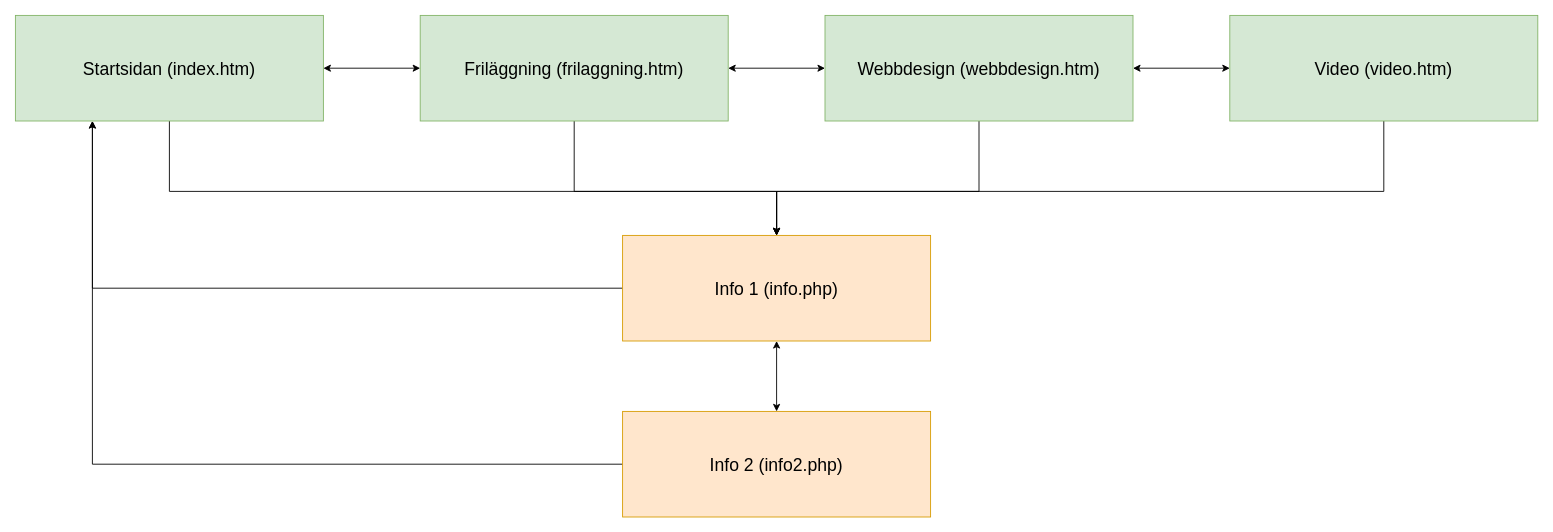
Before: webbutveckling/DigitalBildbehandling/moment3/sitemap.drawio in EliasEriksson/miun, a draw.io diagram. Source tidied: cells renumbered, new cells numbered last; positions are measured from the earlier drawing's top-left corner, leaving out a move shared by most shapes. Both pictures are drawn from the tidied source at 88%, with x=0, y=0 at pixel (15, 15).
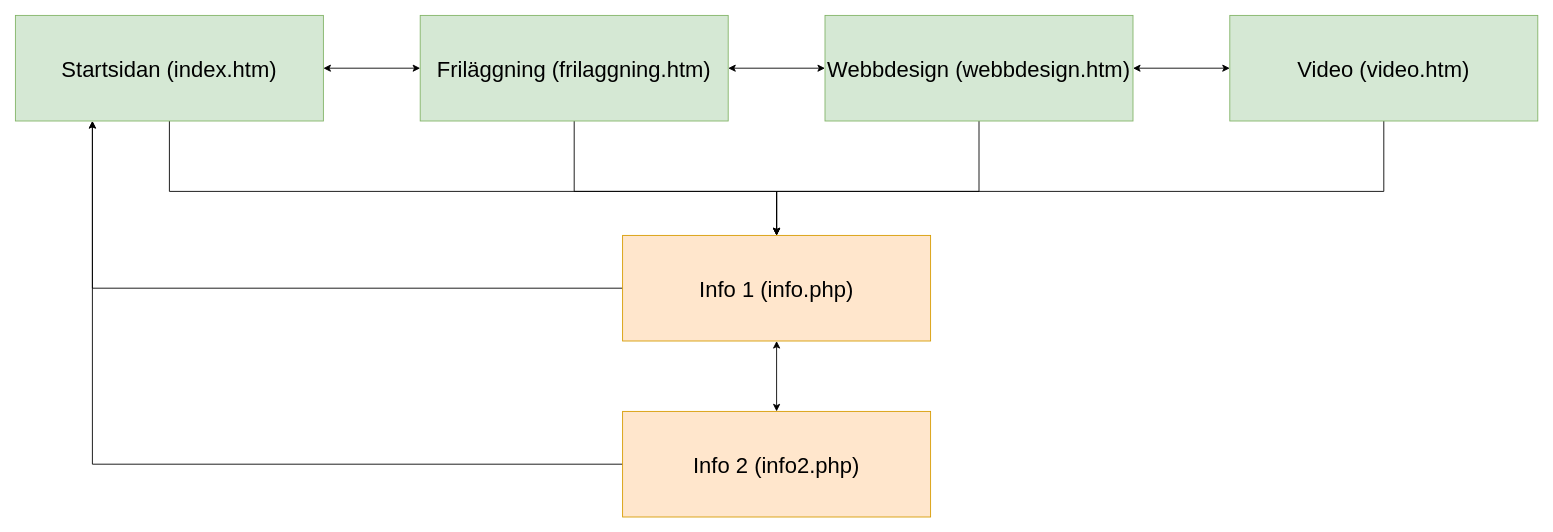
The same diagram, later.

Change to the diagram source:
```diff
@@
-    <mxCell id="3" value="&lt;font style=&quot;font-size: 20px&quot;&gt;Startsidan (index.htm)&lt;/font&gt;" style="rounded=0;whiteSpace=wrap;html=1;fillColor=#d5e8d4;strokeColor=#82b366;" parent="1" vertex="1">
+    <mxCell id="3" value="&lt;font style=&quot;font-size: 25px&quot;&gt;Startsidan (index.htm)&lt;/font&gt;" style="rounded=0;whiteSpace=wrap;html=1;fillColor=#d5e8d4;strokeColor=#82b366;" parent="1" vertex="1">
       <mxGeometry width="350" height="120" as="geometry" />
     </mxCell>
@@
-    <mxCell id="5" value="&lt;font style=&quot;font-size: 20px&quot;&gt;Video (video.htm)&lt;/font&gt;" style="rounded=0;whiteSpace=wrap;html=1;fillColor=#d5e8d4;strokeColor=#82b366;" parent="1" vertex="1">
+    <mxCell id="5" value="&lt;font style=&quot;font-size: 25px&quot;&gt;Video (video.htm)&lt;/font&gt;" style="rounded=0;whiteSpace=wrap;html=1;fillColor=#d5e8d4;strokeColor=#82b366;" parent="1" vertex="1">
       <mxGeometry x="1380" width="350" height="120" as="geometry" />
     </mxCell>
@@
-    <mxCell id="7" value="&lt;font style=&quot;font-size: 20px&quot;&gt;Friläggning (frilaggning.htm)&lt;/font&gt;" style="rounded=0;whiteSpace=wrap;html=1;fillColor=#d5e8d4;strokeColor=#82b366;" parent="1" vertex="1">
+    <mxCell id="7" value="&lt;font style=&quot;font-size: 25px&quot;&gt;Friläggning (frilaggning.htm)&lt;/font&gt;" style="rounded=0;whiteSpace=wrap;html=1;fillColor=#d5e8d4;strokeColor=#82b366;" parent="1" vertex="1">
       <mxGeometry x="460" width="350" height="120" as="geometry" />
     </mxCell>
@@
-    <mxCell id="9" value="&lt;font style=&quot;font-size: 20px&quot;&gt;Webbdesign (webbdesign.htm)&lt;/font&gt;" style="rounded=0;whiteSpace=wrap;html=1;fillColor=#d5e8d4;strokeColor=#82b366;" parent="1" vertex="1">
+    <mxCell id="9" value="&lt;font style=&quot;font-size: 25px&quot;&gt;Webbdesign (webbdesign.htm)&lt;/font&gt;" style="rounded=0;whiteSpace=wrap;html=1;fillColor=#d5e8d4;strokeColor=#82b366;" parent="1" vertex="1">
       <mxGeometry x="920" width="350" height="120" as="geometry" />
     </mxCell>
@@
-    <mxCell id="11" value="&lt;font style=&quot;font-size: 20px&quot;&gt;Info 1 (info.php)&lt;/font&gt;" style="rounded=0;whiteSpace=wrap;html=1;fillColor=#ffe6cc;strokeColor=#d79b00;" parent="1" vertex="1">
+    <mxCell id="11" value="&lt;font style=&quot;font-size: 25px&quot;&gt;Info 1 (info.php)&lt;/font&gt;" style="rounded=0;whiteSpace=wrap;html=1;fillColor=#ffe6cc;strokeColor=#d79b00;" parent="1" vertex="1">
       <mxGeometry x="690" y="250" width="350" height="120" as="geometry" />
     </mxCell>
@@
-    <mxCell id="13" value="&lt;font style=&quot;font-size: 20px&quot;&gt;Info 2 (info2.php)&lt;/font&gt;" style="rounded=0;whiteSpace=wrap;html=1;fillColor=#ffe6cc;strokeColor=#d79b00;" parent="1" vertex="1">
+    <mxCell id="13" value="&lt;font style=&quot;font-size: 25px&quot;&gt;Info 2 (info2.php)&lt;/font&gt;" style="rounded=0;whiteSpace=wrap;html=1;fillColor=#ffe6cc;strokeColor=#d79b00;" parent="1" vertex="1">
       <mxGeometry x="690" y="450" width="350" height="120" as="geometry" />
     </mxCell>
```
